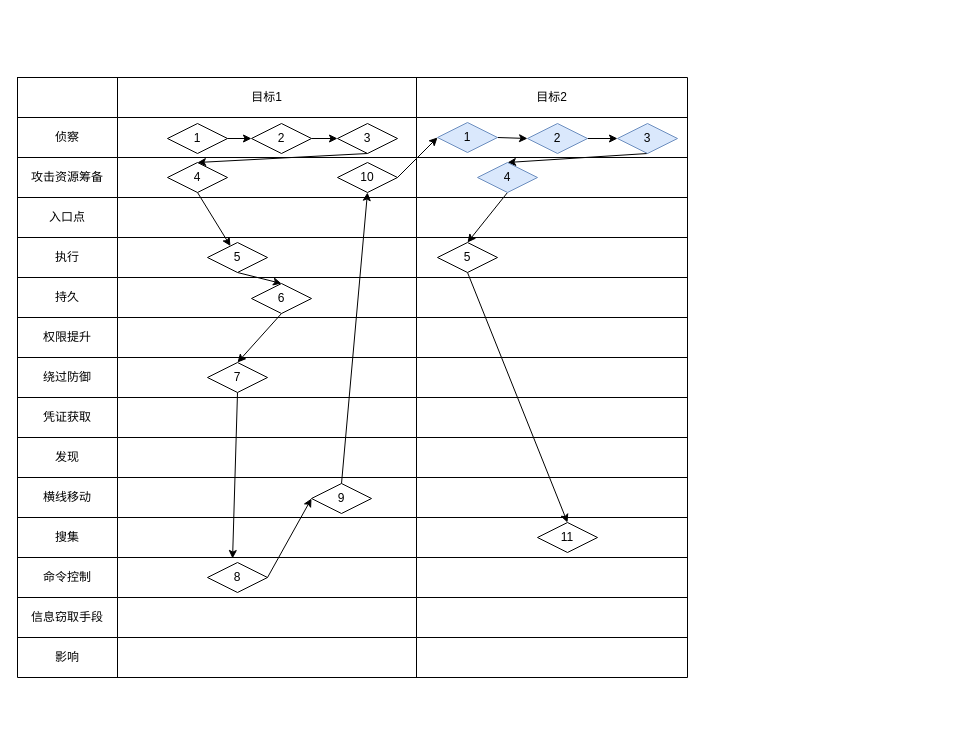
The draw.io diagram 检测路径图.drawio in Niujieheng/GitHub_Jul, before the edit. Source tidied: cells renumbered, new cells numbered last; positions are measured from the earlier drawing's top-left corner, leaving out a move shared by most shapes. Both pictures are drawn from the tidied source at 100%, with x=0, y=0 at pixel (17, 77). Pictures stored in the file or linked from it are replaced by grey dashed boxes.
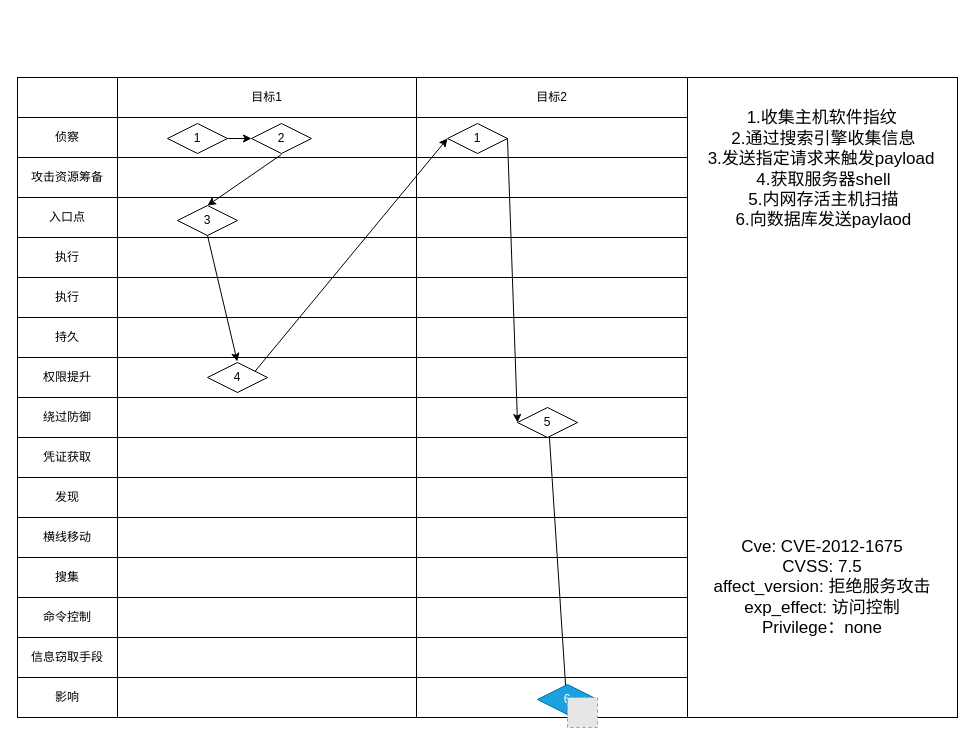
The same diagram, later.

Commit message:
更新检测路径图.drawio

The change refers to these unchanged cells:
```xml
<mxCell id="11" style="shape=tableRow;horizontal=0;startSize=0;swimlaneHead=0;swimlaneBody=0;strokeColor=inherit;top=0;left=0;bottom=0;right=0;fillColor=none;points=[[0,0.5],[1,0.5]];portConstraint=eastwest;" parent="2" vertex="1">
  <mxGeometry y="80" width="670" height="40" as="geometry" />
</mxCell>
<mxCell id="66" value="2" style="rhombus;whiteSpace=wrap;html=1;" parent="1" vertex="1">
  <mxGeometry x="234" y="46" width="60" height="30" as="geometry" />
</mxCell>
```

The edit, as a diff of the source:
```diff
@@
+    <mxCell id="94" style="rounded=0;whiteSpace=wrap;html=1;fontSize=17;" parent="1" vertex="1">
+      <mxGeometry width="940" height="640" as="geometry" />
+    </mxCell>
     <mxCell id="2" style="shape=table;startSize=0;childLayout=tableLayout;" parent="1" vertex="1">
-      <mxGeometry width="670" height="600" as="geometry" />
+      <mxGeometry width="670" height="640" as="geometry" />
     </mxCell>
@@
+    <mxCell id="95" style="shape=tableRow;horizontal=0;startSize=0;swimlaneHead=0;swimlaneBody=0;strokeColor=inherit;top=0;left=0;bottom=0;right=0;fillColor=none;" parent="2" vertex="1">
+      <mxGeometry y="160" width="670" height="40" as="geometry" />
+    </mxCell>
+    <mxCell id="96" value="执行" style="shape=partialRectangle;html=1;whiteSpace=wrap;strokeColor=inherit;overflow=hidden;fillColor=none;top=0;left=0;bottom=0;right=0;" parent="95" vertex="1">
+      <mxGeometry width="100" height="40" as="geometry" />
+    </mxCell>
+    <mxCell id="97" style="shape=partialRectangle;html=1;whiteSpace=wrap;strokeColor=inherit;overflow=hidden;fillColor=none;top=0;left=0;bottom=0;right=0;" parent="95" vertex="1">
+      <mxGeometry x="100" width="299" height="40" as="geometry" />
+    </mxCell>
+    <mxCell id="98" style="shape=partialRectangle;html=1;whiteSpace=wrap;strokeColor=inherit;overflow=hidden;fillColor=none;top=0;left=0;bottom=0;right=0;" parent="95" vertex="1">
+      <mxGeometry x="399" width="271" height="40" as="geometry" />
+    </mxCell>
     <mxCell id="19" style="shape=tableRow;horizontal=0;startSize=0;swimlaneHead=0;swimlaneBody=0;strokeColor=inherit;top=0;left=0;bottom=0;right=0;fillColor=none;" parent="2" vertex="1">
-      <mxGeometry y="160" width="670" height="40" as="geometry" />
+      <mxGeometry y="200" width="670" height="40" as="geometry" />
     </mxCell>
@@
     <mxCell id="23" style="shape=tableRow;horizontal=0;startSize=0;swimlaneHead=0;swimlaneBody=0;strokeColor=inherit;top=0;left=0;bottom=0;right=0;fillColor=none;points=[[0,0.5],[1,0.5]];portConstraint=eastwest;" parent="2" vertex="1">
-      <mxGeometry y="200" width="670" height="40" as="geometry" />
+      <mxGeometry y="240" width="670" height="40" as="geometry" />
     </mxCell>
@@
     <mxCell id="27" style="shape=tableRow;horizontal=0;startSize=0;swimlaneHead=0;swimlaneBody=0;strokeColor=inherit;top=0;left=0;bottom=0;right=0;fillColor=none;" parent="2" vertex="1">
-      <mxGeometry y="240" width="670" height="40" as="geometry" />
+      <mxGeometry y="280" width="670" height="40" as="geometry" />
     </mxCell>
@@
     <mxCell id="31" style="shape=tableRow;horizontal=0;startSize=0;swimlaneHead=0;swimlaneBody=0;strokeColor=inherit;top=0;left=0;bottom=0;right=0;fillColor=none;" parent="2" vertex="1">
-      <mxGeometry y="280" width="670" height="40" as="geometry" />
+      <mxGeometry y="320" width="670" height="40" as="geometry" />
     </mxCell>
@@
     <mxCell id="35" style="shape=tableRow;horizontal=0;startSize=0;swimlaneHead=0;swimlaneBody=0;strokeColor=inherit;top=0;left=0;bottom=0;right=0;fillColor=none;" parent="2" vertex="1">
-      <mxGeometry y="320" width="670" height="40" as="geometry" />
+      <mxGeometry y="360" width="670" height="40" as="geometry" />
     </mxCell>
@@
     <mxCell id="39" style="shape=tableRow;horizontal=0;startSize=0;swimlaneHead=0;swimlaneBody=0;strokeColor=inherit;top=0;left=0;bottom=0;right=0;fillColor=none;" parent="2" vertex="1">
-      <mxGeometry y="360" width="670" height="40" as="geometry" />
+      <mxGeometry y="400" width="670" height="40" as="geometry" />
     </mxCell>
@@
     <mxCell id="43" style="shape=tableRow;horizontal=0;startSize=0;swimlaneHead=0;swimlaneBody=0;strokeColor=inherit;top=0;left=0;bottom=0;right=0;fillColor=none;" parent="2" vertex="1">
-      <mxGeometry y="400" width="670" height="40" as="geometry" />
+      <mxGeometry y="440" width="670" height="40" as="geometry" />
     </mxCell>
@@
     <mxCell id="47" style="shape=tableRow;horizontal=0;startSize=0;swimlaneHead=0;swimlaneBody=0;strokeColor=inherit;top=0;left=0;bottom=0;right=0;fillColor=none;" parent="2" vertex="1">
-      <mxGeometry y="440" width="670" height="40" as="geometry" />
+      <mxGeometry y="480" width="670" height="40" as="geometry" />
     </mxCell>
@@
     <mxCell id="51" style="shape=tableRow;horizontal=0;startSize=0;swimlaneHead=0;swimlaneBody=0;strokeColor=inherit;top=0;left=0;bottom=0;right=0;fillColor=none;points=[[0,0.5],[1,0.5]];portConstraint=eastwest;" parent="2" vertex="1">
-      <mxGeometry y="480" width="670" height="40" as="geometry" />
+      <mxGeometry y="520" width="670" height="40" as="geometry" />
     </mxCell>
@@
     <mxCell id="55" style="shape=tableRow;horizontal=0;startSize=0;swimlaneHead=0;swimlaneBody=0;strokeColor=inherit;top=0;left=0;bottom=0;right=0;fillColor=none;" parent="2" vertex="1">
-      <mxGeometry y="520" width="670" height="40" as="geometry" />
+      <mxGeometry y="560" width="670" height="40" as="geometry" />
     </mxCell>
@@
     <mxCell id="59" style="shape=tableRow;horizontal=0;startSize=0;swimlaneHead=0;swimlaneBody=0;strokeColor=inherit;top=0;left=0;bottom=0;right=0;fillColor=none;" parent="2" vertex="1">
-      <mxGeometry y="560" width="670" height="40" as="geometry" />
+      <mxGeometry y="600" width="670" height="40" as="geometry" />
     </mxCell>
@@
-    <mxCell id="65" style="edgeStyle=orthogonalEdgeStyle;rounded=0;jettySize=auto;html=1;exitX=1;exitY=0.5;exitDx=0;exitDy=0;entryX=0;entryY=0.5;entryDx=0;entryDy=0;" parent="1" edge="1" source="66" target="68">
-      <mxGeometry relative="1" as="geometry" />
-    </mxCell>
@@
-    <mxCell id="67" style="edgeStyle=none;rounded=0;jettySize=auto;html=1;exitX=0.5;exitY=1;exitDx=0;exitDy=0;entryX=0.5;entryY=0;entryDx=0;entryDy=0;" parent="1" edge="1" source="68" target="70">
+    <mxCell id="67" style="edgeStyle=none;rounded=0;jettySize=auto;html=1;exitX=0.394;exitY=-0.075;exitDx=0;exitDy=0;entryX=0.5;entryY=0;entryDx=0;entryDy=0;exitPerimeter=0;" parent="1" edge="1" source="11" target="70">
       <mxGeometry relative="1" as="geometry" />
     </mxCell>
-    <mxCell id="68" value="3" style="rhombus;whiteSpace=wrap;html=1;" parent="1" vertex="1">
-      <mxGeometry x="320" y="46" width="60" height="30" as="geometry" />
-    </mxCell>
-    <mxCell id="69" style="edgeStyle=none;rounded=0;jettySize=auto;html=1;exitX=0.5;exitY=1;exitDx=0;exitDy=0;" parent="1" edge="1" source="70" target="72">
-      <mxGeometry relative="1" as="geometry" />
-    </mxCell>
+    <mxCell id="99" style="rounded=0;jettySize=auto;html=1;exitX=0.5;exitY=1;exitDx=0;exitDy=0;entryX=0.328;entryY=1.1;entryDx=0;entryDy=0;entryPerimeter=0;" parent="1" edge="1" source="70" target="23">
+      <mxGeometry relative="1" as="geometry" />
+    </mxCell>
-    <mxCell id="70" value="4" style="rhombus;whiteSpace=wrap;html=1;" parent="1" vertex="1">
-      <mxGeometry x="150" y="85" width="60" height="30" as="geometry" />
+    <mxCell id="70" value="3" style="rhombus;whiteSpace=wrap;html=1;" parent="1" vertex="1">
+      <mxGeometry x="160" y="128" width="60" height="30" as="geometry" />
     </mxCell>
-    <mxCell id="71" style="edgeStyle=none;rounded=0;jettySize=auto;html=1;exitX=0.5;exitY=1;exitDx=0;exitDy=0;entryX=0.5;entryY=0;entryDx=0;entryDy=0;" parent="1" edge="1" source="72" target="74">
-      <mxGeometry relative="1" as="geometry" />
-    </mxCell>
-    <mxCell id="72" value="5" style="rhombus;whiteSpace=wrap;html=1;" parent="1" vertex="1">
-      <mxGeometry x="190" y="165" width="60" height="30" as="geometry" />
-    </mxCell>
-    <mxCell id="73" style="edgeStyle=none;rounded=0;jettySize=auto;html=1;exitX=0.5;exitY=1;exitDx=0;exitDy=0;entryX=0.5;entryY=0;entryDx=0;entryDy=0;" parent="1" edge="1" source="74" target="76">
-      <mxGeometry relative="1" as="geometry" />
-    </mxCell>
-    <mxCell id="74" value="6" style="rhombus;whiteSpace=wrap;html=1;" parent="1" vertex="1">
-      <mxGeometry x="234" y="206" width="60" height="30" as="geometry" />
-    </mxCell>
-    <mxCell id="75" style="edgeStyle=none;rounded=0;jettySize=auto;html=1;exitX=0.5;exitY=1;exitDx=0;exitDy=0;entryX=0.321;entryY=0.025;entryDx=0;entryDy=0;entryPerimeter=0;" parent="1" edge="1" source="76" target="51">
+    <mxCell id="75" style="edgeStyle=none;rounded=0;jettySize=auto;html=1;exitX=0.5;exitY=1;exitDx=0;exitDy=0;entryX=0;entryY=0.5;entryDx=0;entryDy=0;" parent="1" edge="1" source="76" target="78">
       <mxGeometry relative="1" as="geometry" />
     </mxCell>
-    <mxCell id="76" value="7" style="rhombus;whiteSpace=wrap;html=1;" parent="1" vertex="1">
+    <mxCell id="76" value="4" style="rhombus;whiteSpace=wrap;html=1;" parent="1" vertex="1">
       <mxGeometry x="190" y="285" width="60" height="30" as="geometry" />
     </mxCell>
@@
-    <mxCell id="78" value="8" style="rhombus;whiteSpace=wrap;html=1;" parent="1" vertex="1">
-      <mxGeometry x="190" y="485" width="60" height="30" as="geometry" />
+    <mxCell id="78" value="1" style="rhombus;whiteSpace=wrap;html=1;" parent="1" vertex="1">
+      <mxGeometry x="430" y="46" width="60" height="30" as="geometry" />
     </mxCell>
@@
-    <mxCell id="80" value="9" style="rhombus;whiteSpace=wrap;html=1;" parent="1" vertex="1">
-      <mxGeometry x="294" y="406" width="60" height="30" as="geometry" />
+    <mxCell id="80" value="5" style="rhombus;whiteSpace=wrap;html=1;" parent="1" vertex="1">
+      <mxGeometry x="500" y="330" width="60" height="30" as="geometry" />
     </mxCell>
-    <mxCell id="81" style="edgeStyle=none;rounded=0;jettySize=auto;html=1;exitX=1;exitY=0.5;exitDx=0;exitDy=0;entryX=0;entryY=0.5;entryDx=0;entryDy=0;" parent="1" edge="1" source="82" target="84">
-      <mxGeometry relative="1" as="geometry" />
-    </mxCell>
-    <mxCell id="82" value="1" style="rhombus;whiteSpace=wrap;html=1;fillColor=#dae8fc;strokeColor=#6c8ebf;" parent="1" vertex="1">
-      <mxGeometry x="420" y="45" width="60" height="30" as="geometry" />
-    </mxCell>
-    <mxCell id="83" style="edgeStyle=none;rounded=0;jettySize=auto;html=1;exitX=1;exitY=0.5;exitDx=0;exitDy=0;entryX=0;entryY=0.5;entryDx=0;entryDy=0;" parent="1" edge="1" source="84" target="86">
-      <mxGeometry relative="1" as="geometry" />
-    </mxCell>
-    <mxCell id="84" value="2" style="rhombus;whiteSpace=wrap;html=1;fillColor=#dae8fc;strokeColor=#6c8ebf;" parent="1" vertex="1">
-      <mxGeometry x="510" y="46" width="60" height="30" as="geometry" />
-    </mxCell>
-    <mxCell id="85" style="edgeStyle=none;rounded=0;jettySize=auto;html=1;exitX=0.5;exitY=1;exitDx=0;exitDy=0;entryX=0.5;entryY=0;entryDx=0;entryDy=0;" parent="1" edge="1" source="86" target="88">
-      <mxGeometry relative="1" as="geometry" />
-    </mxCell>
-    <mxCell id="86" value="3" style="rhombus;whiteSpace=wrap;html=1;fillColor=#dae8fc;strokeColor=#6c8ebf;" parent="1" vertex="1">
-      <mxGeometry x="600" y="46" width="60" height="30" as="geometry" />
-    </mxCell>
-    <mxCell id="87" style="edgeStyle=none;rounded=0;jettySize=auto;html=1;exitX=0.5;exitY=1;exitDx=0;exitDy=0;entryX=0.5;entryY=0;entryDx=0;entryDy=0;" parent="1" edge="1" source="88" target="90">
-      <mxGeometry relative="1" as="geometry" />
-    </mxCell>
-    <mxCell id="88" value="4" style="rhombus;whiteSpace=wrap;html=1;fillColor=#dae8fc;strokeColor=#6c8ebf;" parent="1" vertex="1">
-      <mxGeometry x="460" y="85" width="60" height="30" as="geometry" />
-    </mxCell>
-    <mxCell id="89" style="edgeStyle=none;rounded=0;jettySize=auto;html=1;exitX=0.5;exitY=1;exitDx=0;exitDy=0;entryX=0.5;entryY=0;entryDx=0;entryDy=0;strokeColor=#000000;" parent="1" edge="1" source="90" target="91">
-      <mxGeometry relative="1" as="geometry" />
-    </mxCell>
-    <mxCell id="90" value="5" style="rhombus;whiteSpace=wrap;html=1;" parent="1" vertex="1">
-      <mxGeometry x="420" y="165" width="60" height="30" as="geometry" />
-    </mxCell>
-    <mxCell id="91" value="11" style="rhombus;whiteSpace=wrap;html=1;" parent="1" vertex="1">
-      <mxGeometry x="520" y="445" width="60" height="30" as="geometry" />
-    </mxCell>
-    <mxCell id="92" style="edgeStyle=none;rounded=0;jettySize=auto;html=1;exitX=1;exitY=0.5;exitDx=0;exitDy=0;entryX=0;entryY=0.5;entryDx=0;entryDy=0;" parent="1" edge="1" source="93" target="82">
-      <mxGeometry relative="1" as="geometry" />
-    </mxCell>
-    <mxCell id="93" value="10" style="rhombus;whiteSpace=wrap;html=1;" parent="1" vertex="1">
-      <mxGeometry x="320" y="85" width="60" height="30" as="geometry" />
+    <mxCell id="93" value="6" style="rhombus;whiteSpace=wrap;html=1;fillColor=#1ba1e2;strokeColor=#006EAF;fontColor=#ffffff;" parent="1" vertex="1">
+      <mxGeometry x="520" y="607" width="60" height="30" as="geometry" />
     </mxCell>
+    <mxCell id="100" value="&lt;div style=&quot;font-size: 17px;&quot;&gt;&lt;span style=&quot;font-size: 13px;&quot;&gt;&amp;nbsp; &amp;nbsp;&lt;/span&gt;&lt;font style=&quot;font-size: 17px;&quot;&gt; &amp;nbsp; &amp;nbsp; 1.收集主机软件指纹&lt;/font&gt;&lt;/div&gt;&lt;div style=&quot;font-size: 17px;&quot;&gt;&lt;font style=&quot;font-size: 17px;&quot;&gt;&amp;nbsp; &amp;nbsp; &amp;nbsp; &amp;nbsp; 2.通过搜索引擎收集信息&lt;/font&gt;&lt;/div&gt;&lt;div style=&quot;font-size: 17px;&quot;&gt;&lt;font style=&quot;font-size: 17px;&quot;&gt;&amp;nbsp; &amp;nbsp; &amp;nbsp; &amp;nbsp;3.发送指定请求来触发payload&lt;/font&gt;&lt;/div&gt;&lt;div style=&quot;font-size: 17px;&quot;&gt;&lt;font style=&quot;font-size: 17px;&quot;&gt;&amp;nbsp; &amp;nbsp; &amp;nbsp; &amp;nbsp; 4.获取服务器shell&lt;/font&gt;&lt;/div&gt;&lt;div style=&quot;font-size: 17px;&quot;&gt;&lt;font style=&quot;font-size: 17px;&quot;&gt;&amp;nbsp; &amp;nbsp; &amp;nbsp; &amp;nbsp; 5.内网存活主机扫描&lt;/font&gt;&lt;/div&gt;&lt;div style=&quot;font-size: 17px;&quot;&gt;&lt;font style=&quot;font-size: 17px;&quot;&gt;&amp;nbsp; &amp;nbsp; &amp;nbsp; &amp;nbsp; 6.向数据库发送paylaod&lt;/font&gt;&lt;/div&gt;" style="text;html=1;strokeColor=none;fillColor=none;align=center;verticalAlign=middle;whiteSpace=wrap;rounded=0;" parent="1" vertex="1">
+      <mxGeometry x="630" y="-60" width="315" height="304" as="geometry" />
+    </mxCell>
+    <mxCell id="101" value="&lt;div&gt;Cve: CVE-2012-1675&lt;/div&gt;&lt;div&gt;CVSS: 7.5&lt;/div&gt;&lt;div&gt;affect_version: 拒绝服务攻击&lt;/div&gt;&lt;div&gt;exp_effect: 访问控制&lt;/div&gt;&lt;div&gt;Privilege：none&lt;/div&gt;" style="text;html=1;strokeColor=none;fillColor=none;align=center;verticalAlign=middle;whiteSpace=wrap;rounded=0;fontSize=17;" parent="1" vertex="1">
+      <mxGeometry x="680" y="450" width="250" height="120" as="geometry" />
+    </mxCell>
+    <mxCell id="102" style="fillColor=#E6E6E6;strokeColor=#999999;dashed=1;verticalLabelPosition=bottom;labelBackgroundColor=default;verticalAlign=top;" parent="1" vertex="1">
+      <mxGeometry x="550" y="620" width="30" height="30" as="geometry" />
+    </mxCell>
```
